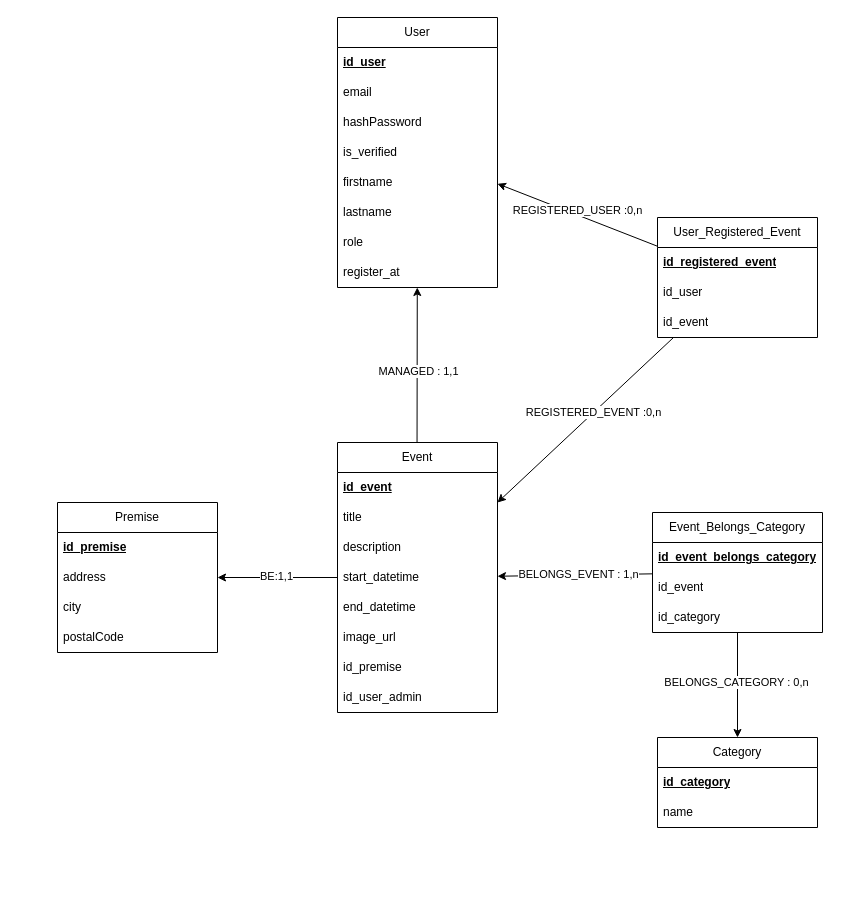
Mzk-Ali/M2I_Projet_Fil_Rouge_Conception keeps this draw.io diagram as Merise/MPD_Projet_Fil_Rouge.drawio. Above is the earlier version. Source tidied: cells renumbered, new cells numbered last; positions are measured from the earlier drawing's top-left corner, leaving out a move shared by most shapes. Both pictures are drawn from the tidied source at 100%, with x=0, y=0 at pixel (57, 17).
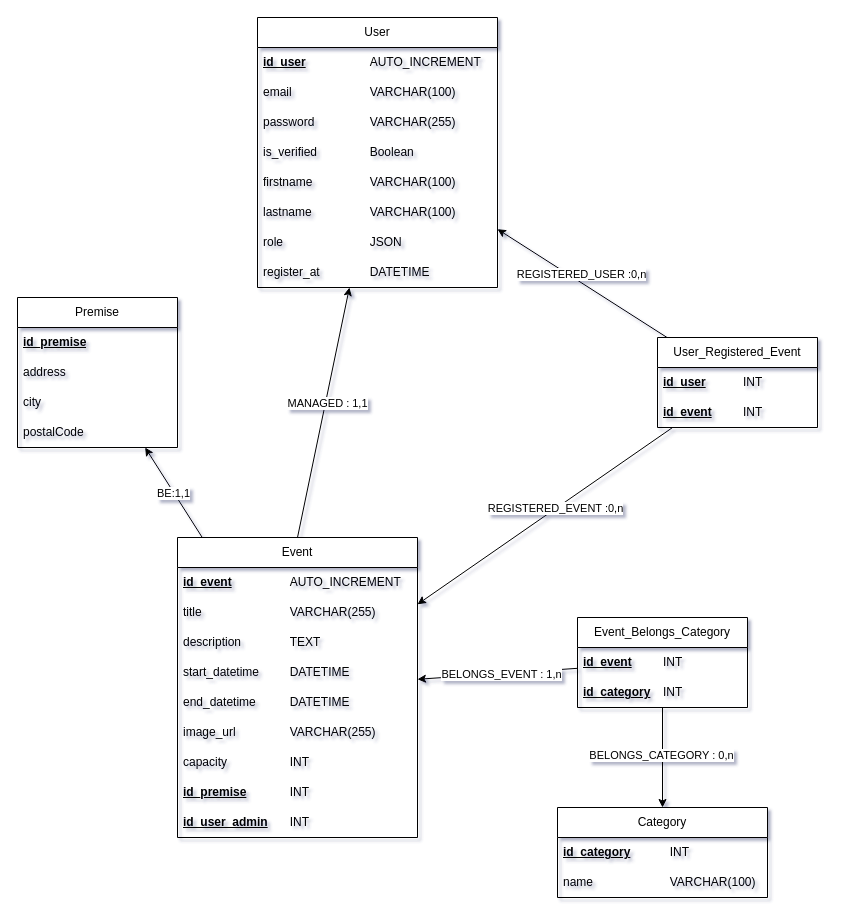
The same page after the edit.

Commit message:
Mettre à jour MPD_Projet_Fil_Rouge.drawio

Change to the diagram source:
```diff
@@
-<mxGraphModel>
+<mxGraphModel shadow="1">
@@
-    <mxCell id="2" style="rounded=0;jettySize=auto;html=1;" parent="1" edge="1" target="4">
-      <mxGeometry relative="1" as="geometry">
-        <mxPoint x="359.5" y="450" as="sourcePoint" />
-      </mxGeometry>
+    <mxCell id="2" style="rounded=0;jettySize=auto;html=1;exitX=0.5;exitY=0;exitDx=0;exitDy=0;" parent="1" edge="1" source="17" target="4">
+      <mxGeometry relative="1" as="geometry" />
     </mxCell>
@@
     <mxCell id="4" value="User" style="swimlane;fontStyle=0;horizontal=1;startSize=30;whiteSpace=wrap;html=1;" parent="1" vertex="1">
-      <mxGeometry x="280" width="160" height="270" as="geometry" />
+      <mxGeometry x="200" width="240" height="270" as="geometry" />
     </mxCell>
-    <mxCell id="5" value="&lt;b&gt;&lt;u&gt;id_user&lt;/u&gt;&lt;/b&gt;" style="text;strokeColor=none;fillColor=none;align=left;verticalAlign=middle;spacingLeft=4;spacingRight=4;overflow=hidden;whiteSpace=wrap;html=1;" parent="4" vertex="1">
-      <mxGeometry y="30" width="160" height="30" as="geometry" />
+    <mxCell id="5" value="&lt;b style=&quot;text-decoration-line: underline;&quot;&gt;id_user&lt;/b&gt;&lt;span style=&quot;white-space: pre;&quot;&gt;&#9;&lt;/span&gt;&lt;span style=&quot;white-space: pre;&quot;&gt;&#9;&lt;/span&gt;&lt;span style=&quot;white-space: pre;&quot;&gt;&#9;&lt;/span&gt;AUTO_INCREMENT" style="text;strokeColor=none;fillColor=none;align=left;verticalAlign=middle;spacingLeft=4;spacingRight=4;overflow=hidden;whiteSpace=wrap;html=1;" parent="4" vertex="1">
+      <mxGeometry y="30" width="240" height="30" as="geometry" />
     </mxCell>
-    <mxCell id="6" value="email" style="text;strokeColor=none;fillColor=none;align=left;verticalAlign=middle;spacingLeft=4;spacingRight=4;overflow=hidden;whiteSpace=wrap;html=1;" parent="4" vertex="1">
-      <mxGeometry y="60" width="160" height="30" as="geometry" />
+    <mxCell id="6" value="email&lt;span style=&quot;white-space: pre;&quot;&gt;&#9;&lt;/span&gt;&lt;span style=&quot;white-space: pre;&quot;&gt;&#9;&lt;/span&gt;&lt;span style=&quot;white-space: pre;&quot;&gt;&#9;&lt;/span&gt;VARCHAR(100)" style="text;strokeColor=none;fillColor=none;align=left;verticalAlign=middle;spacingLeft=4;spacingRight=4;overflow=hidden;whiteSpace=wrap;html=1;" parent="4" vertex="1">
+      <mxGeometry y="60" width="240" height="30" as="geometry" />
     </mxCell>
-    <mxCell id="7" value="hashPassword" style="text;strokeColor=none;fillColor=none;align=left;verticalAlign=middle;spacingLeft=4;spacingRight=4;overflow=hidden;whiteSpace=wrap;html=1;" parent="4" vertex="1">
-      <mxGeometry y="90" width="160" height="30" as="geometry" />
+    <mxCell id="7" value="password&lt;span style=&quot;white-space: pre;&quot;&gt;&#9;&lt;/span&gt;&lt;span style=&quot;white-space: pre;&quot;&gt;&#9;&lt;/span&gt;&lt;span style=&quot;white-space: pre;&quot;&gt;&#9;&lt;/span&gt;VARCHAR(255)" style="text;strokeColor=none;fillColor=none;align=left;verticalAlign=middle;spacingLeft=4;spacingRight=4;overflow=hidden;whiteSpace=wrap;html=1;" parent="4" vertex="1">
+      <mxGeometry y="90" width="240" height="30" as="geometry" />
     </mxCell>
-    <mxCell id="8" value="is_verified" style="text;strokeColor=none;fillColor=none;align=left;verticalAlign=middle;spacingLeft=4;spacingRight=4;overflow=hidden;whiteSpace=wrap;html=1;" parent="4" vertex="1">
-      <mxGeometry y="120" width="160" height="30" as="geometry" />
+    <mxCell id="8" value="is_verified&lt;span style=&quot;white-space: pre;&quot;&gt;&#9;&lt;/span&gt;&lt;span style=&quot;white-space: pre;&quot;&gt;&#9;&lt;/span&gt;Boolean" style="text;strokeColor=none;fillColor=none;align=left;verticalAlign=middle;spacingLeft=4;spacingRight=4;overflow=hidden;whiteSpace=wrap;html=1;" parent="4" vertex="1">
+      <mxGeometry y="120" width="240" height="30" as="geometry" />
     </mxCell>
-    <mxCell id="9" value="firstname" style="text;strokeColor=none;fillColor=none;align=left;verticalAlign=middle;spacingLeft=4;spacingRight=4;overflow=hidden;whiteSpace=wrap;html=1;" parent="4" vertex="1">
-      <mxGeometry y="150" width="160" height="30" as="geometry" />
+    <mxCell id="9" value="firstname&lt;span style=&quot;white-space: pre;&quot;&gt;&#9;&lt;/span&gt;&lt;span style=&quot;white-space: pre;&quot;&gt;&#9;&lt;/span&gt;&lt;span style=&quot;white-space: pre;&quot;&gt;&#9;&lt;/span&gt;VARCHAR(100)" style="text;strokeColor=none;fillColor=none;align=left;verticalAlign=middle;spacingLeft=4;spacingRight=4;overflow=hidden;whiteSpace=wrap;html=1;" parent="4" vertex="1">
+      <mxGeometry y="150" width="240" height="30" as="geometry" />
     </mxCell>
-    <mxCell id="10" value="lastname" style="text;strokeColor=none;fillColor=none;align=left;verticalAlign=middle;spacingLeft=4;spacingRight=4;overflow=hidden;whiteSpace=wrap;html=1;" parent="4" vertex="1">
-      <mxGeometry y="180" width="160" height="30" as="geometry" />
+    <mxCell id="10" value="lastname&lt;span style=&quot;white-space: pre;&quot;&gt;&#9;&lt;/span&gt;&lt;span style=&quot;white-space: pre;&quot;&gt;&#9;&lt;/span&gt;&lt;span style=&quot;white-space: pre;&quot;&gt;&#9;&lt;/span&gt;VARCHAR(100)" style="text;strokeColor=none;fillColor=none;align=left;verticalAlign=middle;spacingLeft=4;spacingRight=4;overflow=hidden;whiteSpace=wrap;html=1;" parent="4" vertex="1">
+      <mxGeometry y="180" width="240" height="30" as="geometry" />
     </mxCell>
-    <mxCell id="11" value="role" style="text;strokeColor=none;fillColor=none;align=left;verticalAlign=middle;spacingLeft=4;spacingRight=4;overflow=hidden;whiteSpace=wrap;html=1;" parent="4" vertex="1">
-      <mxGeometry y="210" width="160" height="30" as="geometry" />
+    <mxCell id="11" value="role&lt;span style=&quot;white-space: pre;&quot;&gt;&#9;&lt;/span&gt;&lt;span style=&quot;white-space: pre;&quot;&gt;&#9;&lt;/span&gt;&lt;span style=&quot;white-space: pre;&quot;&gt;&#9;&lt;/span&gt;&lt;span style=&quot;white-space: pre;&quot;&gt;&#9;&lt;/span&gt;JSON" style="text;strokeColor=none;fillColor=none;align=left;verticalAlign=middle;spacingLeft=4;spacingRight=4;overflow=hidden;whiteSpace=wrap;html=1;" parent="4" vertex="1">
+      <mxGeometry y="210" width="240" height="30" as="geometry" />
     </mxCell>
-    <mxCell id="12" value="register_at" style="text;strokeColor=none;fillColor=none;align=left;verticalAlign=middle;spacingLeft=4;spacingRight=4;overflow=hidden;whiteSpace=wrap;html=1;" parent="4" vertex="1">
-      <mxGeometry y="240" width="160" height="30" as="geometry" />
+    <mxCell id="12" value="register_at&lt;span style=&quot;white-space: pre;&quot;&gt;&#9;&lt;/span&gt;&lt;span style=&quot;white-space: pre;&quot;&gt;&#9;&lt;/span&gt;DATETIME" style="text;strokeColor=none;fillColor=none;align=left;verticalAlign=middle;spacingLeft=4;spacingRight=4;overflow=hidden;whiteSpace=wrap;html=1;" parent="4" vertex="1">
+      <mxGeometry y="240" width="240" height="30" as="geometry" />
     </mxCell>
@@
     <mxCell id="17" value="Event" style="swimlane;fontStyle=0;horizontal=1;startSize=30;whiteSpace=wrap;html=1;" parent="1" vertex="1">
-      <mxGeometry x="280" y="425" width="160" height="270" as="geometry" />
+      <mxGeometry x="120" y="520" width="240" height="300" as="geometry" />
     </mxCell>
-    <mxCell id="18" value="&lt;b&gt;&lt;u&gt;id_event&lt;/u&gt;&lt;/b&gt;" style="text;strokeColor=none;fillColor=none;align=left;verticalAlign=middle;spacingLeft=4;spacingRight=4;overflow=hidden;whiteSpace=wrap;html=1;" parent="17" vertex="1">
-      <mxGeometry y="30" width="160" height="30" as="geometry" />
+    <mxCell id="18" value="&lt;b style=&quot;text-decoration-line: underline;&quot;&gt;id_event&lt;/b&gt;&lt;span style=&quot;text-decoration-line: underline; font-weight: bold; white-space: pre;&quot;&gt;&#9;&lt;/span&gt;&lt;span style=&quot;text-decoration-line: underline; font-weight: bold; white-space: pre;&quot;&gt;&#9;&lt;/span&gt;&lt;span style=&quot;text-decoration-line: underline; font-weight: bold; white-space: pre;&quot;&gt;&#9;&lt;/span&gt;AUTO_INCREMENT" style="text;strokeColor=none;fillColor=none;align=left;verticalAlign=middle;spacingLeft=4;spacingRight=4;overflow=hidden;whiteSpace=wrap;html=1;" parent="17" vertex="1">
+      <mxGeometry y="30" width="240" height="30" as="geometry" />
     </mxCell>
-    <mxCell id="19" value="title" style="text;strokeColor=none;fillColor=none;align=left;verticalAlign=middle;spacingLeft=4;spacingRight=4;overflow=hidden;whiteSpace=wrap;html=1;" parent="17" vertex="1">
-      <mxGeometry y="60" width="160" height="30" as="geometry" />
+    <mxCell id="19" value="title&lt;span style=&quot;white-space: pre;&quot;&gt;&#9;&lt;/span&gt;&lt;span style=&quot;white-space: pre;&quot;&gt;&#9;&lt;/span&gt;&lt;span style=&quot;white-space: pre;&quot;&gt;&#9;&lt;/span&gt;&lt;span style=&quot;white-space: pre;&quot;&gt;&#9;&lt;/span&gt;VARCHAR(255)" style="text;strokeColor=none;fillColor=none;align=left;verticalAlign=middle;spacingLeft=4;spacingRight=4;overflow=hidden;whiteSpace=wrap;html=1;" parent="17" vertex="1">
+      <mxGeometry y="60" width="240" height="30" as="geometry" />
     </mxCell>
-    <mxCell id="20" value="description" style="text;strokeColor=none;fillColor=none;align=left;verticalAlign=middle;spacingLeft=4;spacingRight=4;overflow=hidden;whiteSpace=wrap;html=1;" parent="17" vertex="1">
-      <mxGeometry y="90" width="160" height="30" as="geometry" />
+    <mxCell id="20" value="description&lt;span style=&quot;white-space: pre;&quot;&gt;&#9;&lt;/span&gt;&lt;span style=&quot;white-space: pre;&quot;&gt;&#9;&lt;/span&gt;TEXT" style="text;strokeColor=none;fillColor=none;align=left;verticalAlign=middle;spacingLeft=4;spacingRight=4;overflow=hidden;whiteSpace=wrap;html=1;" parent="17" vertex="1">
+      <mxGeometry y="90" width="240" height="30" as="geometry" />
     </mxCell>
-    <mxCell id="21" value="start_datetime" style="text;strokeColor=none;fillColor=none;align=left;verticalAlign=middle;spacingLeft=4;spacingRight=4;overflow=hidden;whiteSpace=wrap;html=1;" parent="17" vertex="1">
-      <mxGeometry y="120" width="160" height="30" as="geometry" />
+    <mxCell id="21" value="start_datetime&lt;span style=&quot;white-space: pre;&quot;&gt;&#9;&lt;/span&gt;&lt;span style=&quot;white-space: pre;&quot;&gt;&#9;&lt;/span&gt;DATETIME" style="text;strokeColor=none;fillColor=none;align=left;verticalAlign=middle;spacingLeft=4;spacingRight=4;overflow=hidden;whiteSpace=wrap;html=1;" parent="17" vertex="1">
+      <mxGeometry y="120" width="240" height="30" as="geometry" />
     </mxCell>
-    <mxCell id="22" value="end_datetime" style="text;strokeColor=none;fillColor=none;align=left;verticalAlign=middle;spacingLeft=4;spacingRight=4;overflow=hidden;whiteSpace=wrap;html=1;" parent="17" vertex="1">
-      <mxGeometry y="150" width="160" height="30" as="geometry" />
+    <mxCell id="22" value="end_datetime&lt;span style=&quot;white-space: pre;&quot;&gt;&#9;&lt;/span&gt;&lt;span style=&quot;white-space: pre;&quot;&gt;&#9;&lt;/span&gt;DATETIME" style="text;strokeColor=none;fillColor=none;align=left;verticalAlign=middle;spacingLeft=4;spacingRight=4;overflow=hidden;whiteSpace=wrap;html=1;" parent="17" vertex="1">
+      <mxGeometry y="150" width="240" height="30" as="geometry" />
     </mxCell>
-    <mxCell id="23" value="image_url" style="text;strokeColor=none;fillColor=none;align=left;verticalAlign=middle;spacingLeft=4;spacingRight=4;overflow=hidden;whiteSpace=wrap;html=1;" parent="17" vertex="1">
-      <mxGeometry y="180" width="160" height="30" as="geometry" />
+    <mxCell id="23" value="image_url&lt;span style=&quot;white-space: pre;&quot;&gt;&#9;&lt;/span&gt;&lt;span style=&quot;white-space: pre;&quot;&gt;&#9;&lt;/span&gt;VARCHAR(255)" style="text;strokeColor=none;fillColor=none;align=left;verticalAlign=middle;spacingLeft=4;spacingRight=4;overflow=hidden;whiteSpace=wrap;html=1;" parent="17" vertex="1">
+      <mxGeometry y="180" width="240" height="30" as="geometry" />
     </mxCell>
+    <mxCell id="48" value="capacity&lt;span style=&quot;white-space: pre;&quot;&gt;&#9;&lt;/span&gt;&lt;span style=&quot;white-space: pre;&quot;&gt;&#9;&lt;/span&gt;&lt;span style=&quot;white-space: pre;&quot;&gt;&#9;&lt;/span&gt;INT" style="text;strokeColor=none;fillColor=none;align=left;verticalAlign=middle;spacingLeft=4;spacingRight=4;overflow=hidden;whiteSpace=wrap;html=1;" parent="17" vertex="1">
+      <mxGeometry y="210" width="240" height="30" as="geometry" />
+    </mxCell>
-    <mxCell id="24" value="id_premise" style="text;strokeColor=none;fillColor=none;align=left;verticalAlign=middle;spacingLeft=4;spacingRight=4;overflow=hidden;whiteSpace=wrap;html=1;" parent="17" vertex="1">
-      <mxGeometry y="210" width="160" height="30" as="geometry" />
+    <mxCell id="24" value="&lt;u&gt;&lt;b&gt;id_premise&lt;/b&gt;&lt;/u&gt;&lt;span style=&quot;white-space: pre;&quot;&gt;&#9;&lt;/span&gt;&lt;span style=&quot;white-space: pre;&quot;&gt;&#9;&lt;/span&gt;INT" style="text;strokeColor=none;fillColor=none;align=left;verticalAlign=middle;spacingLeft=4;spacingRight=4;overflow=hidden;whiteSpace=wrap;html=1;" parent="17" vertex="1">
+      <mxGeometry y="240" width="240" height="30" as="geometry" />
     </mxCell>
-    <mxCell id="25" value="id_user_admin" style="text;strokeColor=none;fillColor=none;align=left;verticalAlign=middle;spacingLeft=4;spacingRight=4;overflow=hidden;whiteSpace=wrap;html=1;" parent="17" vertex="1">
-      <mxGeometry y="240" width="160" height="30" as="geometry" />
+    <mxCell id="25" value="&lt;u&gt;&lt;b&gt;id_user_admin&lt;/b&gt;&lt;/u&gt;&lt;span style=&quot;white-space: pre;&quot;&gt;&#9;&lt;/span&gt;INT" style="text;strokeColor=none;fillColor=none;align=left;verticalAlign=middle;spacingLeft=4;spacingRight=4;overflow=hidden;whiteSpace=wrap;html=1;" parent="17" vertex="1">
+      <mxGeometry y="270" width="240" height="30" as="geometry" />
     </mxCell>
@@
     <mxCell id="28" value="Premise" style="swimlane;fontStyle=0;horizontal=1;startSize=30;whiteSpace=wrap;html=1;" parent="1" vertex="1">
-      <mxGeometry y="485" width="160" height="150" as="geometry" />
+      <mxGeometry x="-40" y="280" width="160" height="150" as="geometry" />
     </mxCell>
@@
     <mxCell id="35" value="Category" style="swimlane;fontStyle=0;horizontal=1;startSize=30;whiteSpace=wrap;html=1;" parent="1" vertex="1">
-      <mxGeometry x="600" y="720" width="160" height="90" as="geometry" />
+      <mxGeometry x="500" y="790" width="210" height="90" as="geometry" />
     </mxCell>
-    <mxCell id="36" value="&lt;b&gt;&lt;u&gt;id_category&lt;/u&gt;&lt;/b&gt;" style="text;strokeColor=none;fillColor=none;align=left;verticalAlign=middle;spacingLeft=4;spacingRight=4;overflow=hidden;whiteSpace=wrap;html=1;" parent="35" vertex="1">
-      <mxGeometry y="30" width="160" height="30" as="geometry" />
+    <mxCell id="36" value="&lt;b style=&quot;text-decoration-line: underline;&quot;&gt;id_category&lt;/b&gt;&lt;span style=&quot;white-space: pre;&quot;&gt;&#9;&lt;/span&gt;&lt;span style=&quot;white-space: pre;&quot;&gt;&#9;&lt;/span&gt;INT" style="text;strokeColor=none;fillColor=none;align=left;verticalAlign=middle;spacingLeft=4;spacingRight=4;overflow=hidden;whiteSpace=wrap;html=1;" parent="35" vertex="1">
+      <mxGeometry y="30" width="210" height="30" as="geometry" />
     </mxCell>
-    <mxCell id="37" value="name" style="text;strokeColor=none;fillColor=none;align=left;verticalAlign=middle;spacingLeft=4;spacingRight=4;overflow=hidden;whiteSpace=wrap;html=1;" parent="35" vertex="1">
-      <mxGeometry y="60" width="160" height="30" as="geometry" />
+    <mxCell id="37" value="name&lt;span style=&quot;white-space: pre;&quot;&gt;&#9;&lt;/span&gt;&lt;span style=&quot;white-space: pre;&quot;&gt;&#9;&lt;/span&gt;&lt;span style=&quot;white-space: pre;&quot;&gt;&#9;&lt;/span&gt;VARCHAR(100)" style="text;strokeColor=none;fillColor=none;align=left;verticalAlign=middle;spacingLeft=4;spacingRight=4;overflow=hidden;whiteSpace=wrap;html=1;" parent="35" vertex="1">
+      <mxGeometry y="60" width="210" height="30" as="geometry" />
     </mxCell>
     <mxCell id="38" value="&lt;span&gt;Event_Belongs_Category&lt;/span&gt;" style="swimlane;fontStyle=0;horizontal=1;startSize=30;whiteSpace=wrap;html=1;" parent="1" vertex="1">
-      <mxGeometry x="595" y="495" width="170" height="120" as="geometry" />
+      <mxGeometry x="520" y="600" width="170" height="90" as="geometry" />
     </mxCell>
-    <mxCell id="39" value="&lt;u&gt;&lt;b&gt;id_event_belongs_category&lt;/b&gt;&lt;/u&gt;" style="text;strokeColor=none;fillColor=none;align=left;verticalAlign=middle;spacingLeft=4;spacingRight=4;overflow=hidden;whiteSpace=wrap;html=1;" parent="38" vertex="1">
-      <mxGeometry y="30" width="170" height="30" as="geometry" />
-    </mxCell>
-    <mxCell id="40" value="id_event" style="text;strokeColor=none;fillColor=none;align=left;verticalAlign=middle;spacingLeft=4;spacingRight=4;overflow=hidden;whiteSpace=wrap;html=1;" parent="38" vertex="1">
-      <mxGeometry y="60" width="170" height="30" as="geometry" />
+    <mxCell id="40" value="&lt;b&gt;&lt;u&gt;id_event&lt;/u&gt;&lt;/b&gt;&lt;span style=&quot;white-space: pre;&quot;&gt;&#9;&lt;/span&gt;&lt;span style=&quot;white-space: pre;&quot;&gt;&#9;&lt;/span&gt;INT" style="text;strokeColor=none;fillColor=none;align=left;verticalAlign=middle;spacingLeft=4;spacingRight=4;overflow=hidden;whiteSpace=wrap;html=1;" parent="38" vertex="1">
+      <mxGeometry y="30" width="170" height="30" as="geometry" />
     </mxCell>
-    <mxCell id="41" value="id_category" style="text;strokeColor=none;fillColor=none;align=left;verticalAlign=middle;spacingLeft=4;spacingRight=4;overflow=hidden;whiteSpace=wrap;html=1;" parent="38" vertex="1">
-      <mxGeometry y="90" width="170" height="30" as="geometry" />
+    <mxCell id="41" value="&lt;b&gt;&lt;u&gt;id_category&lt;/u&gt;&lt;/b&gt;&lt;span style=&quot;white-space: pre;&quot;&gt;&#9;&lt;/span&gt;INT" style="text;strokeColor=none;fillColor=none;align=left;verticalAlign=middle;spacingLeft=4;spacingRight=4;overflow=hidden;whiteSpace=wrap;html=1;" parent="38" vertex="1">
+      <mxGeometry y="60" width="170" height="30" as="geometry" />
     </mxCell>
@@
     <mxCell id="44" value="&lt;span&gt;User_Registered_Event&lt;/span&gt;" style="swimlane;fontStyle=0;horizontal=1;startSize=30;whiteSpace=wrap;html=1;" parent="1" vertex="1">
-      <mxGeometry x="600" y="200" width="160" height="120" as="geometry" />
+      <mxGeometry x="600" y="320" width="160" height="90" as="geometry" />
     </mxCell>
-    <mxCell id="45" value="&lt;b&gt;&lt;u&gt;id_registered_event&lt;/u&gt;&lt;/b&gt;" style="text;strokeColor=none;fillColor=none;align=left;verticalAlign=middle;spacingLeft=4;spacingRight=4;overflow=hidden;whiteSpace=wrap;html=1;" parent="44" vertex="1">
-      <mxGeometry y="30" width="160" height="30" as="geometry" />
-    </mxCell>
-    <mxCell id="46" value="id_user" style="text;strokeColor=none;fillColor=none;align=left;verticalAlign=middle;spacingLeft=4;spacingRight=4;overflow=hidden;whiteSpace=wrap;html=1;" parent="44" vertex="1">
-      <mxGeometry y="60" width="160" height="30" as="geometry" />
+    <mxCell id="46" value="&lt;b&gt;&lt;u&gt;id_user&lt;/u&gt;&lt;/b&gt;&lt;span style=&quot;white-space: pre;&quot;&gt;&#9;&lt;/span&gt;&lt;span style=&quot;white-space: pre;&quot;&gt;&#9;&lt;/span&gt;INT" style="text;strokeColor=none;fillColor=none;align=left;verticalAlign=middle;spacingLeft=4;spacingRight=4;overflow=hidden;whiteSpace=wrap;html=1;" parent="44" vertex="1">
+      <mxGeometry y="30" width="160" height="30" as="geometry" />
     </mxCell>
-    <mxCell id="47" value="id_event" style="text;strokeColor=none;fillColor=none;align=left;verticalAlign=middle;spacingLeft=4;spacingRight=4;overflow=hidden;whiteSpace=wrap;html=1;" parent="44" vertex="1">
-      <mxGeometry y="90" width="160" height="30" as="geometry" />
+    <mxCell id="47" value="&lt;b&gt;&lt;u&gt;id_event&lt;/u&gt;&lt;/b&gt;&lt;span style=&quot;white-space: pre;&quot;&gt;&#9;&lt;/span&gt;&lt;span style=&quot;white-space: pre;&quot;&gt;&#9;&lt;/span&gt;INT" style="text;strokeColor=none;fillColor=none;align=left;verticalAlign=middle;spacingLeft=4;spacingRight=4;overflow=hidden;whiteSpace=wrap;html=1;" parent="44" vertex="1">
+      <mxGeometry y="60" width="160" height="30" as="geometry" />
     </mxCell>
```
